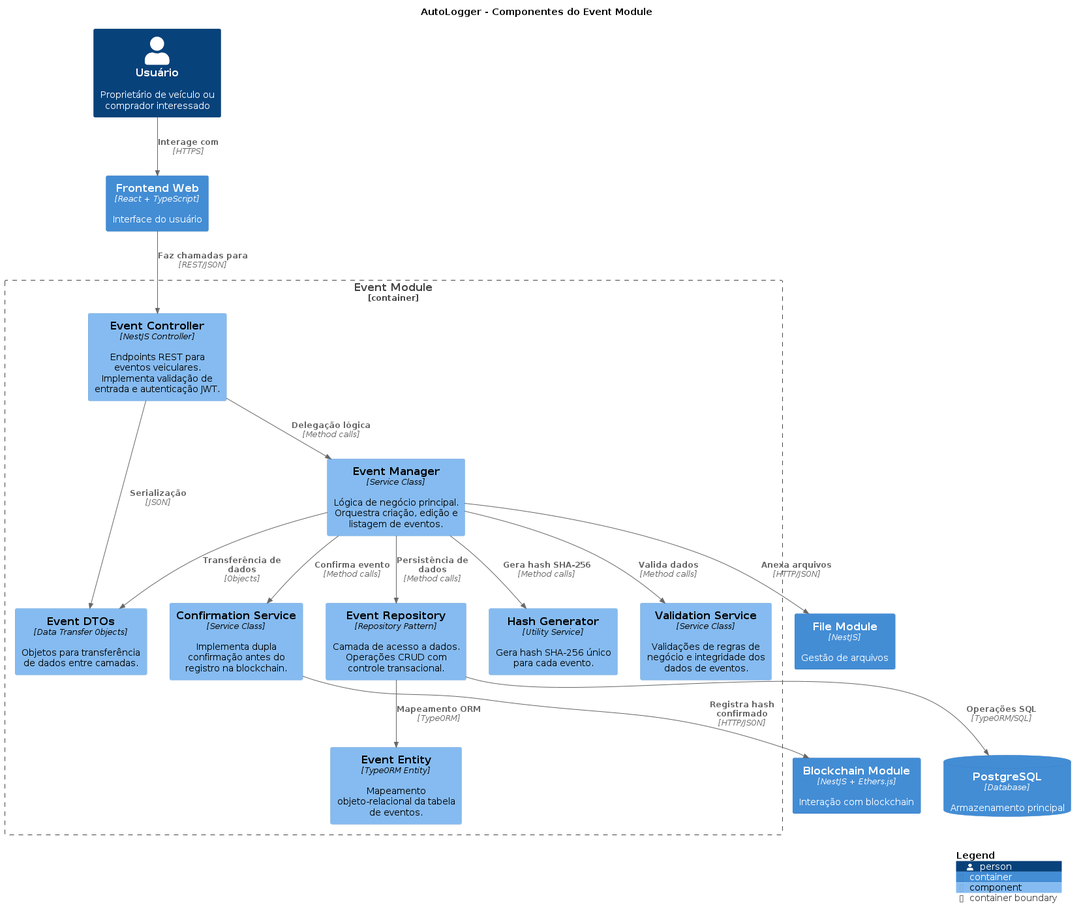
This is docs/c4_architecture/c4_level3.png from Pellegr1n1/autologger-services, a PlantUML export, as it was before one commit. The source it was exported from:
```plantuml
@startuml c4_level3
!includeurl https://raw.githubusercontent.com/plantuml-stdlib/C4-PlantUML/master/C4_Component.puml

title AutoLogger - Componentes do Event Module

LAYOUT_TOP_DOWN()

Person(user, "Usuário", "Proprietário de veículo ou comprador interessado")
Container(frontend, "Frontend Web", "React + TypeScript", "Interface do usuário")
Container(blockchain_module, "Blockchain Module", "NestJS + Ethers.js", "Interação com blockchain")
Container(file_module, "File Module", "NestJS", "Gestão de arquivos")
ContainerDb(database, "PostgreSQL", "Database", "Armazenamento principal")

Container_Boundary(event_module, "Event Module") {
    Component(event_controller, "Event Controller", "NestJS Controller", "Endpoints REST para eventos veiculares. Implementa validação de entrada e autenticação JWT.")

    Component(event_manager, "Event Manager", "Service Class", "Lógica de negócio principal. Orquestra criação, edição e listagem de eventos.")

    Component(hash_generator, "Hash Generator", "Utility Service", "Gera hash SHA-256 único para cada evento.")

    Component(validation_service, "Validation Service", "Service Class", "Validações de regras de negócio e integridade dos dados de eventos.")

    Component(confirmation_service, "Confirmation Service", "Service Class", "Implementa dupla confirmação antes do registro na blockchain.")

    Component(event_repository, "Event Repository", "Repository Pattern", "Camada de acesso a dados. Operações CRUD com controle transacional.")

    Component(event_dto, "Event DTOs", "Data Transfer Objects", "Objetos para transferência de dados entre camadas.")

    Component(event_entity, "Event Entity", "TypeORM Entity", "Mapeamento objeto-relacional da tabela de eventos.")
}

Rel(user, frontend, "Interage com", "HTTPS")
Rel(frontend, event_controller, "Faz chamadas para", "REST/JSON")

Rel(event_controller, event_manager, "Delegação lógica", "Method calls")
Rel(event_manager, validation_service, "Valida dados", "Method calls")
Rel(event_manager, hash_generator, "Gera hash SHA-256", "Method calls")
Rel(event_manager, confirmation_service, "Confirma evento", "Method calls")
Rel(event_manager, event_repository, "Persistência de dados", "Method calls")

Rel(event_repository, event_entity, "Mapeamento ORM", "TypeORM")
Rel(event_repository, database, "Operações SQL", "TypeORM/SQL")

Rel(event_controller, event_dto, "Serialização", "JSON")
Rel(event_manager, event_dto, "Transferência de dados", "Objects")

Rel(confirmation_service, blockchain_module, "Registra hash confirmado", "HTTP/JSON")
Rel(event_manager, file_module, "Anexa arquivos", "HTTP/JSON")

SHOW_LEGEND()
@enduml
```
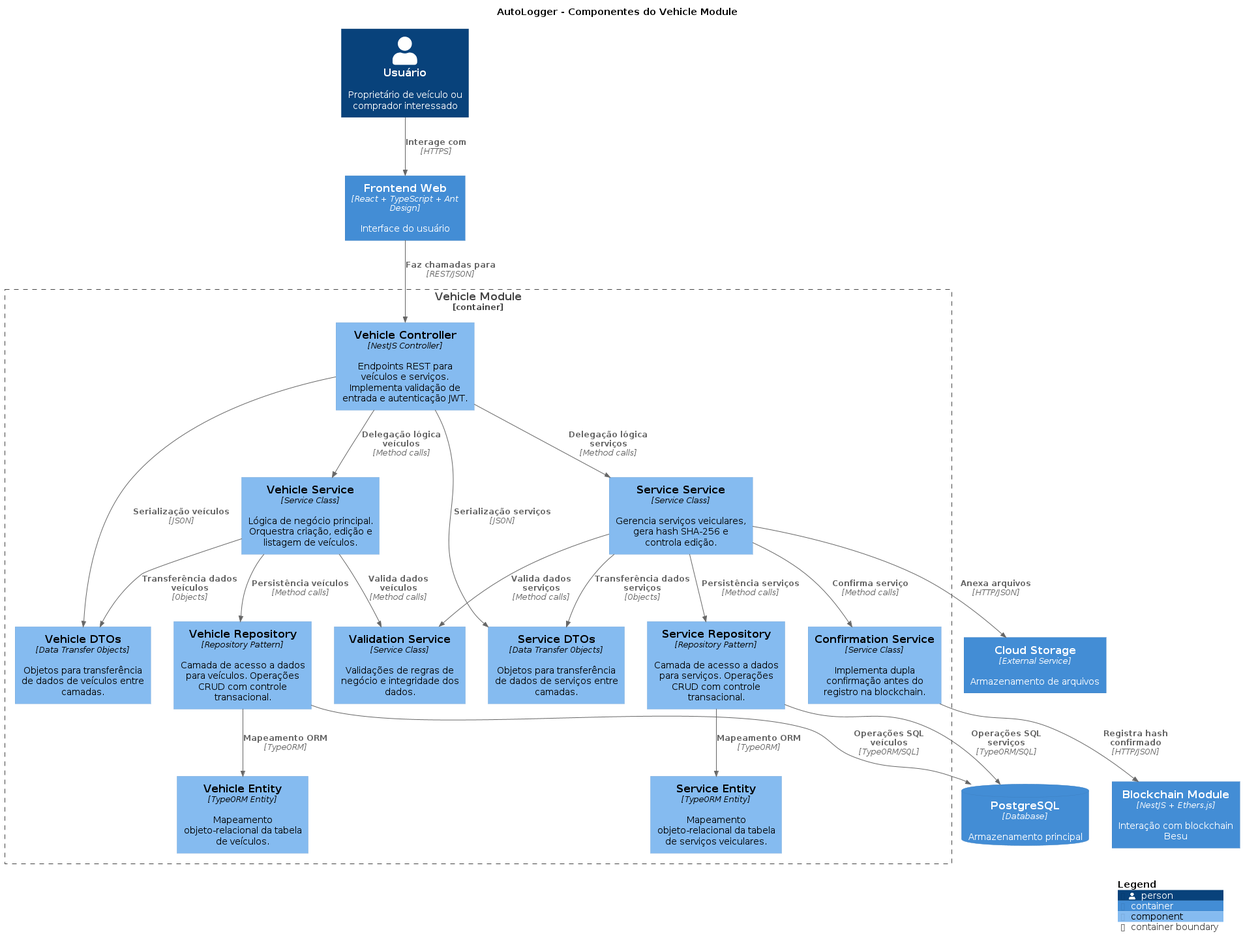
The same file after the commit.

Change to the diagram source:
```diff
@@ -1,51 +1,63 @@
 @startuml c4_level3
 !includeurl https://raw.githubusercontent.com/plantuml-stdlib/C4-PlantUML/master/C4_Component.puml
 
-title AutoLogger - Componentes do Event Module
+title AutoLogger - Componentes do Vehicle Module
 
 LAYOUT_TOP_DOWN()
 
 Person(user, "Usuário", "Proprietário de veículo ou comprador interessado")
-Container(frontend, "Frontend Web", "React + TypeScript", "Interface do usuário")
-Container(blockchain_module, "Blockchain Module", "NestJS + Ethers.js", "Interação com blockchain")
-Container(file_module, "File Module", "NestJS", "Gestão de arquivos")
+Container(frontend, "Frontend Web", "React + TypeScript + Ant Design", "Interface do usuário")
+Container(blockchain_module, "Blockchain Module", "NestJS + Ethers.js", "Interação com blockchain Besu")
+Container(storage_ext, "Cloud Storage", "External Service", "Armazenamento de arquivos")
 ContainerDb(database, "PostgreSQL", "Database", "Armazenamento principal")
 
-Container_Boundary(event_module, "Event Module") {
-    Component(event_controller, "Event Controller", "NestJS Controller", "Endpoints REST para eventos veiculares. Implementa validação de entrada e autenticação JWT.")
+Container_Boundary(vehicle_module, "Vehicle Module") {
+    Component(vehicle_controller, "Vehicle Controller", "NestJS Controller", "Endpoints REST para veículos e serviços. Implementa validação de entrada e autenticação JWT.")
 
-    Component(event_manager, "Event Manager", "Service Class", "Lógica de negócio principal. Orquestra criação, edição e listagem de eventos.")
+    Component(vehicle_service, "Vehicle Service", "Service Class", "Lógica de negócio principal. Orquestra criação, edição e listagem de veículos.")
 
-    Component(hash_generator, "Hash Generator", "Utility Service", "Gera hash SHA-256 único para cada evento.")
+    Component(service_service, "Service Service", "Service Class", "Gerencia serviços veiculares, gera hash SHA-256 e controla edição.")
 
-    Component(validation_service, "Validation Service", "Service Class", "Validações de regras de negócio e integridade dos dados de eventos.")
+    Component(validation_service, "Validation Service", "Service Class", "Validações de regras de negócio e integridade dos dados.")
 
     Component(confirmation_service, "Confirmation Service", "Service Class", "Implementa dupla confirmação antes do registro na blockchain.")
 
-    Component(event_repository, "Event Repository", "Repository Pattern", "Camada de acesso a dados. Operações CRUD com controle transacional.")
+    Component(vehicle_repository, "Vehicle Repository", "Repository Pattern", "Camada de acesso a dados para veículos. Operações CRUD com controle transacional.")
 
-    Component(event_dto, "Event DTOs", "Data Transfer Objects", "Objetos para transferência de dados entre camadas.")
+    Component(service_repository, "Service Repository", "Repository Pattern", "Camada de acesso a dados para serviços. Operações CRUD com controle transacional.")
 
-    Component(event_entity, "Event Entity", "TypeORM Entity", "Mapeamento objeto-relacional da tabela de eventos.")
+    Component(vehicle_dto, "Vehicle DTOs", "Data Transfer Objects", "Objetos para transferência de dados de veículos entre camadas.")
+
+    Component(service_dto, "Service DTOs", "Data Transfer Objects", "Objetos para transferência de dados de serviços entre camadas.")
+
+    Component(vehicle_entity, "Vehicle Entity", "TypeORM Entity", "Mapeamento objeto-relacional da tabela de veículos.")
+
+    Component(service_entity, "Service Entity", "TypeORM Entity", "Mapeamento objeto-relacional da tabela de serviços veiculares.")
 }
 
 Rel(user, frontend, "Interage com", "HTTPS")
-Rel(frontend, event_controller, "Faz chamadas para", "REST/JSON")
+Rel(frontend, vehicle_controller, "Faz chamadas para", "REST/JSON")
 
-Rel(event_controller, event_manager, "Delegação lógica", "Method calls")
-Rel(event_manager, validation_service, "Valida dados", "Method calls")
-Rel(event_manager, hash_generator, "Gera hash SHA-256", "Method calls")
-Rel(event_manager, confirmation_service, "Confirma evento", "Method calls")
-Rel(event_manager, event_repository, "Persistência de dados", "Method calls")
+Rel(vehicle_controller, vehicle_service, "Delegação lógica veículos", "Method calls")
+Rel(vehicle_controller, service_service, "Delegação lógica serviços", "Method calls")
+Rel(vehicle_service, validation_service, "Valida dados veículos", "Method calls")
+Rel(service_service, validation_service, "Valida dados serviços", "Method calls")
+Rel(service_service, confirmation_service, "Confirma serviço", "Method calls")
+Rel(vehicle_service, vehicle_repository, "Persistência veículos", "Method calls")
+Rel(service_service, service_repository, "Persistência serviços", "Method calls")
 
-Rel(event_repository, event_entity, "Mapeamento ORM", "TypeORM")
-Rel(event_repository, database, "Operações SQL", "TypeORM/SQL")
+Rel(vehicle_repository, vehicle_entity, "Mapeamento ORM", "TypeORM")
+Rel(service_repository, service_entity, "Mapeamento ORM", "TypeORM")
+Rel(vehicle_repository, database, "Operações SQL veículos", "TypeORM/SQL")
+Rel(service_repository, database, "Operações SQL serviços", "TypeORM/SQL")
 
-Rel(event_controller, event_dto, "Serialização", "JSON")
-Rel(event_manager, event_dto, "Transferência de dados", "Objects")
+Rel(vehicle_controller, vehicle_dto, "Serialização veículos", "JSON")
+Rel(vehicle_controller, service_dto, "Serialização serviços", "JSON")
+Rel(vehicle_service, vehicle_dto, "Transferência dados veículos", "Objects")
+Rel(service_service, service_dto, "Transferência dados serviços", "Objects")
 
 Rel(confirmation_service, blockchain_module, "Registra hash confirmado", "HTTP/JSON")
-Rel(event_manager, file_module, "Anexa arquivos", "HTTP/JSON")
+Rel(service_service, storage_ext, "Anexa arquivos", "HTTP/JSON")
 
 SHOW_LEGEND()
 @enduml
```
